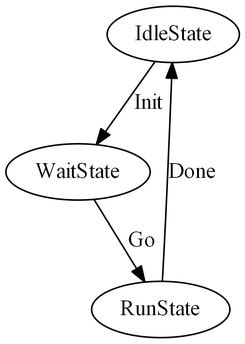
Above: Test.CrossBase.CodeGeneration/SomeStateMachine.Transitions.g.dot.png in Gemkin/CrossBase (Graphviz), before the change. Its source is kept beside it as Test.CrossBase.CodeGeneration/SomeStateMachine.Transitions.g.dot. The source it was exported from:
```dot
digraph SomeStateMachineTransitions { graph [ dpi = 300 ]
    IdleState -> WaitState [label=Init];
    WaitState -> RunState [label=Go];
    RunState -> IdleState [label=Done];
}
```
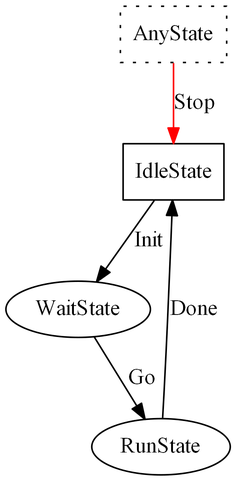
The same diagram one commit later.

The edit, as a diff of the source:
```diff
@@ -1,5 +1,12 @@
 digraph SomeStateMachineTransitions { graph [ dpi = 300 ]
+    IdleState [shape=box];
+    AnyState [shape=box] [style=dotted];
     IdleState -> WaitState [label=Init];
     WaitState -> RunState [label=Go];
     RunState -> IdleState [label=Done];
+
+  AnyState -> IdleState [color=red] [label=Stop];
+
+
+
 }
```
